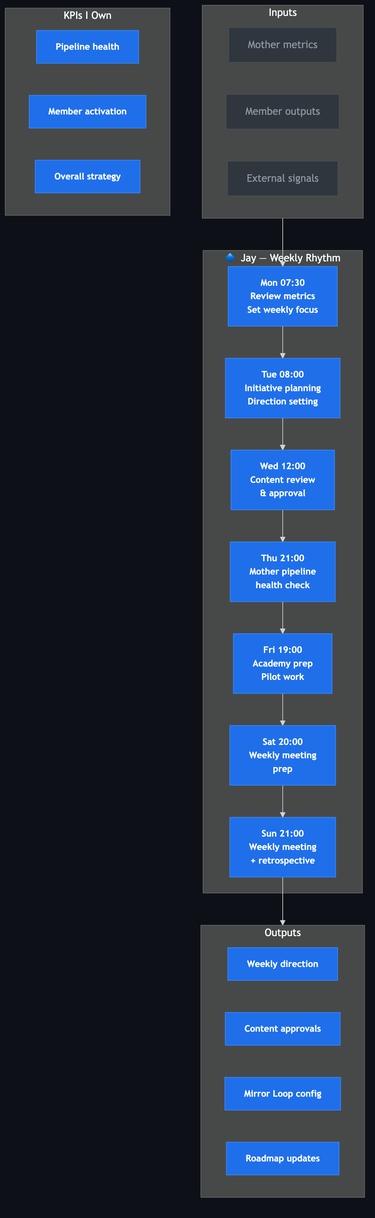
This is products/hypeproof-workflow-diagrams/personal-jay.png from JeHyeong2/hypeprooflab, a Mermaid export, as it was before one commit. Its source is kept beside it as products/hypeproof-workflow-diagrams/personal-jay.mmd. Source of this version:
```mermaid
flowchart TB
    classDef jay fill:#1f6feb,stroke:#388bfd,color:#fff,font-weight:bold,font-size:14px
    classDef dim fill:#30363d,stroke:#484f58,color:#8b949e
    classDef mother fill:#0d1117,stroke:#58a6ff,color:#58a6ff,stroke-width:2px

    subgraph WEEK["🔷 Jay — Weekly Rhythm"]
        MON["Mon 07:30<br/>Review metrics<br/>Set weekly focus"]
        TUE["Tue 08:00<br/>Initiative planning<br/>Direction setting"]
        WED["Wed 12:00<br/>Content review<br/>& approval"]
        THU["Thu 21:00<br/>Mother pipeline<br/>health check"]
        FRI["Fri 19:00<br/>Academy prep<br/>Pilot work"]
        SAT["Sat 20:00<br/>Weekly meeting<br/>prep"]
        SUN["Sun 21:00<br/>Weekly meeting<br/>+ retrospective"]
    end

    subgraph IN["Inputs"]
        I1["Mother metrics"]
        I2["Member outputs"]
        I3["External signals"]
    end

    subgraph OUT["Outputs"]
        O1["Weekly direction"]
        O2["Content approvals"]
        O3["Mirror Loop config"]
        O4["Roadmap updates"]
    end

    subgraph KPI["KPIs I Own"]
        K1["Pipeline health"]
        K2["Member activation"]
        K3["Overall strategy"]
    end

    IN --> MON
    MON --> TUE --> WED --> THU --> FRI --> SAT --> SUN
    SUN --> OUT

    class MON,TUE,WED,THU,FRI,SAT,SUN,O1,O2,O3,O4,K1,K2,K3 jay
    class I1,I2,I3 dim
```
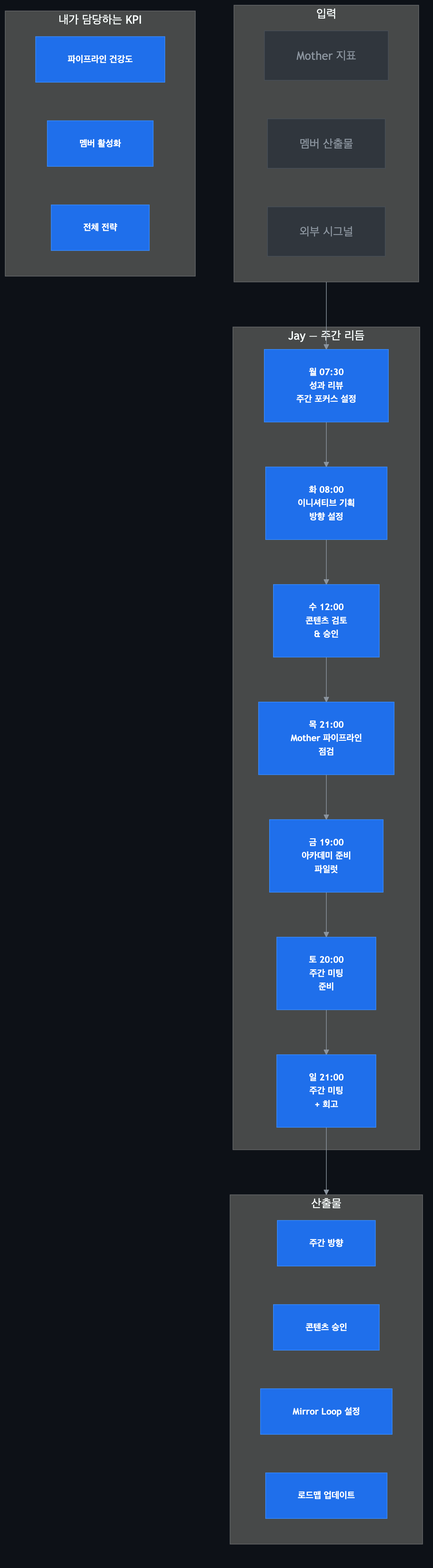
After the commit.

Diff of the diagram source:
```diff
@@ -3,33 +3,33 @@
     classDef dim fill:#30363d,stroke:#484f58,color:#8b949e
     classDef mother fill:#0d1117,stroke:#58a6ff,color:#58a6ff,stroke-width:2px
 
-    subgraph WEEK["🔷 Jay — Weekly Rhythm"]
-        MON["Mon 07:30<br/>Review metrics<br/>Set weekly focus"]
-        TUE["Tue 08:00<br/>Initiative planning<br/>Direction setting"]
-        WED["Wed 12:00<br/>Content review<br/>& approval"]
-        THU["Thu 21:00<br/>Mother pipeline<br/>health check"]
-        FRI["Fri 19:00<br/>Academy prep<br/>Pilot work"]
-        SAT["Sat 20:00<br/>Weekly meeting<br/>prep"]
-        SUN["Sun 21:00<br/>Weekly meeting<br/>+ retrospective"]
+    subgraph WEEK["Jay — 주간 리듬"]
+        MON["월 07:30<br/>성과 리뷰<br/>주간 포커스 설정"]
+        TUE["화 08:00<br/>이니셔티브 기획<br/>방향 설정"]
+        WED["수 12:00<br/>콘텐츠 검토<br/>& 승인"]
+        THU["목 21:00<br/>Mother 파이프라인<br/>점검"]
+        FRI["금 19:00<br/>아카데미 준비<br/>파일럿"]
+        SAT["토 20:00<br/>주간 미팅<br/>준비"]
+        SUN["일 21:00<br/>주간 미팅<br/>+ 회고"]
     end
 
-    subgraph IN["Inputs"]
-        I1["Mother metrics"]
-        I2["Member outputs"]
-        I3["External signals"]
+    subgraph IN["입력"]
+        I1["Mother 지표"]
+        I2["멤버 산출물"]
+        I3["외부 시그널"]
     end
 
-    subgraph OUT["Outputs"]
-        O1["Weekly direction"]
-        O2["Content approvals"]
-        O3["Mirror Loop config"]
-        O4["Roadmap updates"]
+    subgraph OUT["산출물"]
+        O1["주간 방향"]
+        O2["콘텐츠 승인"]
+        O3["Mirror Loop 설정"]
+        O4["로드맵 업데이트"]
     end
 
-    subgraph KPI["KPIs I Own"]
-        K1["Pipeline health"]
-        K2["Member activation"]
-        K3["Overall strategy"]
+    subgraph KPI["내가 담당하는 KPI"]
+        K1["파이프라인 건강도"]
+        K2["멤버 활성화"]
+        K3["전체 전략"]
     end
 
     IN --> MON
```
